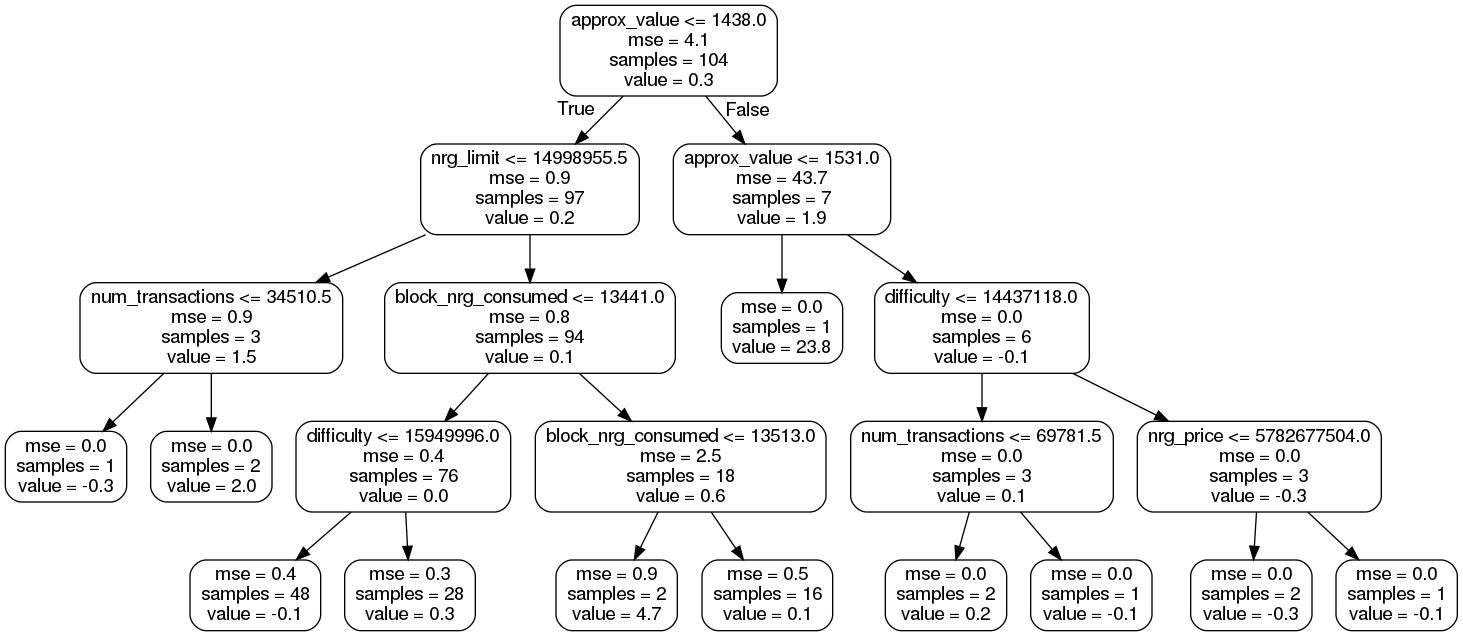
Earlier version of the Graphviz export static/images/small_tree.png (andre-aion/aion_analytics). Its source is kept beside it as small_tree.dot. Source of this version:
```dot
digraph Tree {
node [shape=box, style="rounded", color="black", fontname=helvetica] ;
edge [fontname=helvetica] ;
0 [label="approx_value <= 1438.0\nmse = 4.1\nsamples = 104\nvalue = 0.3"] ;
1 [label="nrg_limit <= 14998955.5\nmse = 0.9\nsamples = 97\nvalue = 0.2"] ;
0 -> 1 [labeldistance=2.5, labelangle=45, headlabel="True"] ;
2 [label="num_transactions <= 34510.5\nmse = 0.9\nsamples = 3\nvalue = 1.5"] ;
1 -> 2 ;
3 [label="mse = 0.0\nsamples = 1\nvalue = -0.3"] ;
2 -> 3 ;
4 [label="mse = 0.0\nsamples = 2\nvalue = 2.0"] ;
2 -> 4 ;
5 [label="block_nrg_consumed <= 13441.0\nmse = 0.8\nsamples = 94\nvalue = 0.1"] ;
1 -> 5 ;
6 [label="difficulty <= 15949996.0\nmse = 0.4\nsamples = 76\nvalue = 0.0"] ;
5 -> 6 ;
7 [label="mse = 0.4\nsamples = 48\nvalue = -0.1"] ;
6 -> 7 ;
8 [label="mse = 0.3\nsamples = 28\nvalue = 0.3"] ;
6 -> 8 ;
9 [label="block_nrg_consumed <= 13513.0\nmse = 2.5\nsamples = 18\nvalue = 0.6"] ;
5 -> 9 ;
10 [label="mse = 0.9\nsamples = 2\nvalue = 4.7"] ;
9 -> 10 ;
11 [label="mse = 0.5\nsamples = 16\nvalue = 0.1"] ;
9 -> 11 ;
12 [label="approx_value <= 1531.0\nmse = 43.7\nsamples = 7\nvalue = 1.9"] ;
0 -> 12 [labeldistance=2.5, labelangle=-45, headlabel="False"] ;
13 [label="mse = 0.0\nsamples = 1\nvalue = 23.8"] ;
12 -> 13 ;
14 [label="difficulty <= 14437118.0\nmse = 0.0\nsamples = 6\nvalue = -0.1"] ;
12 -> 14 ;
15 [label="num_transactions <= 69781.5\nmse = 0.0\nsamples = 3\nvalue = 0.1"] ;
14 -> 15 ;
16 [label="mse = 0.0\nsamples = 2\nvalue = 0.2"] ;
15 -> 16 ;
17 [label="mse = 0.0\nsamples = 1\nvalue = -0.1"] ;
15 -> 17 ;
18 [label="nrg_price <= 5782677504.0\nmse = 0.0\nsamples = 3\nvalue = -0.3"] ;
14 -> 18 ;
19 [label="mse = 0.0\nsamples = 2\nvalue = -0.3"] ;
18 -> 19 ;
20 [label="mse = 0.0\nsamples = 1\nvalue = -0.1"] ;
18 -> 20 ;
}
```
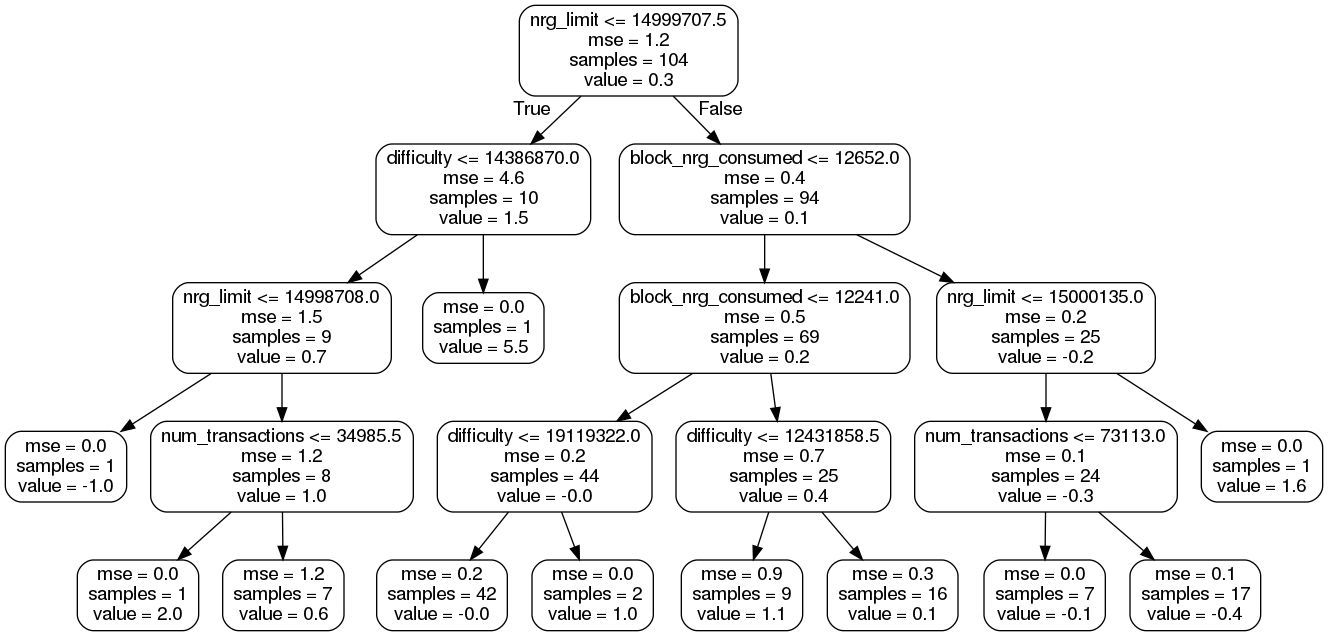
Later version of the same file.

The edit, as a diff of the source:
```diff
@@ -1,45 +1,61 @@
 digraph Tree {
 node [shape=box, style="rounded", color="black", fontname=helvetica] ;
 edge [fontname=helvetica] ;
-0 [label="approx_value <= 1438.0\nmse = 4.1\nsamples = 104\nvalue = 0.3"] ;
-1 [label="nrg_limit <= 14998955.5\nmse = 0.9\nsamples = 97\nvalue = 0.2"] ;
+0 [label="nrg_limit <= 14999979.5\nmse = 1.3\nsamples = 112\nvalue = 0.2"] ;
+1 [label="nrg_limit <= 14999769.0\nmse = 0.2\nsamples = 54\nvalue = 0.0"] ;
 0 -> 1 [labeldistance=2.5, labelangle=45, headlabel="True"] ;
-2 [label="num_transactions <= 34510.5\nmse = 0.9\nsamples = 3\nvalue = 1.5"] ;
+2 [label="block_nrg_consumed <= 8047.5\nmse = 0.3\nsamples = 7\nvalue = 0.8"] ;
 1 -> 2 ;
-3 [label="mse = 0.0\nsamples = 1\nvalue = -0.3"] ;
+3 [label="num_transactions <= 35691.5\nmse = 0.0\nsamples = 3\nvalue = 0.4"] ;
 2 -> 3 ;
-4 [label="mse = 0.0\nsamples = 2\nvalue = 2.0"] ;
-2 -> 4 ;
-5 [label="block_nrg_consumed <= 13441.0\nmse = 0.8\nsamples = 94\nvalue = 0.1"] ;
-1 -> 5 ;
-6 [label="difficulty <= 15949996.0\nmse = 0.4\nsamples = 76\nvalue = 0.0"] ;
-5 -> 6 ;
-7 [label="mse = 0.4\nsamples = 48\nvalue = -0.1"] ;
+4 [label="mse = 0.0\nsamples = 1\nvalue = 0.5"] ;
+3 -> 4 ;
+5 [label="mse = -0.0\nsamples = 2\nvalue = 0.3"] ;
+3 -> 5 ;
+6 [label="num_transactions <= 72541.5\nmse = 0.3\nsamples = 4\nvalue = 1.1"] ;
+2 -> 6 ;
+7 [label="mse = 0.1\nsamples = 2\nvalue = 1.7"] ;
 6 -> 7 ;
-8 [label="mse = 0.3\nsamples = 28\nvalue = 0.3"] ;
+8 [label="mse = 0.1\nsamples = 2\nvalue = 0.8"] ;
 6 -> 8 ;
-9 [label="block_nrg_consumed <= 13513.0\nmse = 2.5\nsamples = 18\nvalue = 0.6"] ;
-5 -> 9 ;
-10 [label="mse = 0.9\nsamples = 2\nvalue = 4.7"] ;
+9 [label="nrg_limit <= 14999958.5\nmse = 0.1\nsamples = 47\nvalue = -0.1"] ;
+1 -> 9 ;
+10 [label="nrg_limit <= 14999957.0\nmse = 0.1\nsamples = 32\nvalue = 0.0"] ;
 9 -> 10 ;
-11 [label="mse = 0.5\nsamples = 16\nvalue = 0.1"] ;
-9 -> 11 ;
-12 [label="approx_value <= 1531.0\nmse = 43.7\nsamples = 7\nvalue = 1.9"] ;
-0 -> 12 [labeldistance=2.5, labelangle=-45, headlabel="False"] ;
-13 [label="mse = 0.0\nsamples = 1\nvalue = 23.8"] ;
-12 -> 13 ;
-14 [label="difficulty <= 14437118.0\nmse = 0.0\nsamples = 6\nvalue = -0.1"] ;
-12 -> 14 ;
-15 [label="num_transactions <= 69781.5\nmse = 0.0\nsamples = 3\nvalue = 0.1"] ;
-14 -> 15 ;
-16 [label="mse = 0.0\nsamples = 2\nvalue = 0.2"] ;
-15 -> 16 ;
-17 [label="mse = 0.0\nsamples = 1\nvalue = -0.1"] ;
-15 -> 17 ;
-18 [label="nrg_price <= 5782677504.0\nmse = 0.0\nsamples = 3\nvalue = -0.3"] ;
-14 -> 18 ;
-19 [label="mse = 0.0\nsamples = 2\nvalue = -0.3"] ;
+11 [label="mse = 0.1\nsamples = 31\nvalue = -0.0"] ;
+10 -> 11 ;
+12 [label="mse = -0.0\nsamples = 1\nvalue = 0.6"] ;
+10 -> 12 ;
+13 [label="block_nrg_consumed <= 10835.0\nmse = 0.2\nsamples = 15\nvalue = -0.4"] ;
+9 -> 13 ;
+14 [label="mse = 0.0\nsamples = 2\nvalue = -0.9"] ;
+13 -> 14 ;
+15 [label="mse = 0.1\nsamples = 13\nvalue = -0.2"] ;
+13 -> 15 ;
+16 [label="nrg_limit <= 14999985.0\nmse = 2.3\nsamples = 58\nvalue = 0.5"] ;
+0 -> 16 [labeldistance=2.5, labelangle=-45, headlabel="False"] ;
+17 [label="nrg_price <= 6489247232.0\nmse = 3.9\nsamples = 3\nvalue = 3.2"] ;
+16 -> 17 ;
+18 [label="block_nrg_consumed <= 9674.5\nmse = 1.2\nsamples = 2\nvalue = 2.5"] ;
+17 -> 18 ;
+19 [label="mse = 0.0\nsamples = 1\nvalue = 3.0"] ;
 18 -> 19 ;
-20 [label="mse = 0.0\nsamples = 1\nvalue = -0.1"] ;
+20 [label="mse = -0.0\nsamples = 1\nvalue = 0.3"] ;
 18 -> 20 ;
+21 [label="mse = 0.0\nsamples = 1\nvalue = 7.0"] ;
+17 -> 21 ;
+22 [label="num_transactions <= 67318.5\nmse = 1.6\nsamples = 55\nvalue = 0.3"] ;
+16 -> 22 ;
+23 [label="difficulty <= 13217690.5\nmse = 0.3\nsamples = 9\nvalue = -0.6"] ;
+22 -> 23 ;
+24 [label="mse = 0.1\nsamples = 7\nvalue = -0.8"] ;
+23 -> 24 ;
+25 [label="mse = 0.3\nsamples = 2\nvalue = 0.3"] ;
+23 -> 25 ;
+26 [label="difficulty <= 9520990.5\nmse = 1.7\nsamples = 46\nvalue = 0.5"] ;
+22 -> 26 ;
+27 [label="mse = 7.1\nsamples = 5\nvalue = 1.9"] ;
+26 -> 27 ;
+28 [label="mse = 0.7\nsamples = 41\nvalue = 0.3"] ;
+26 -> 28 ;
 }
```
